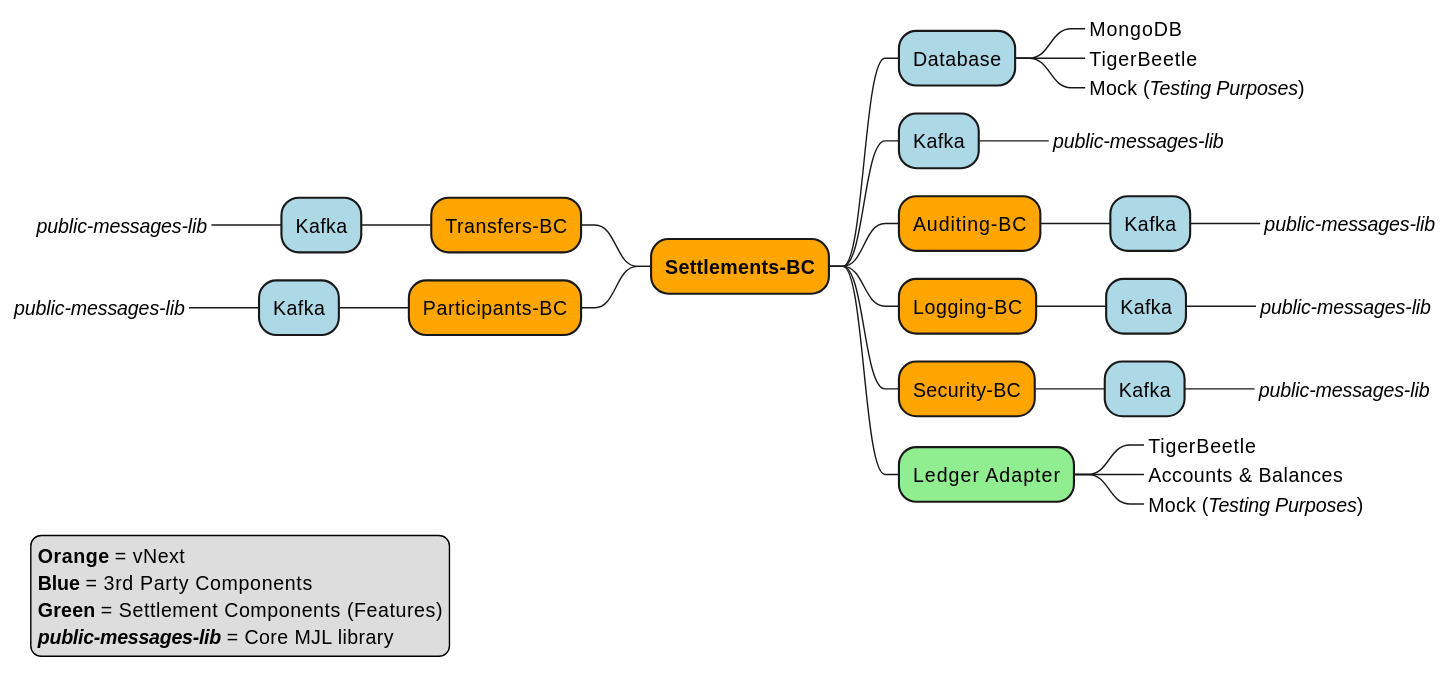
Above: docs/flows/30-settlement-architecture-vnext.svg in mojaloop/settlements-bc (PlantUML), before the change.
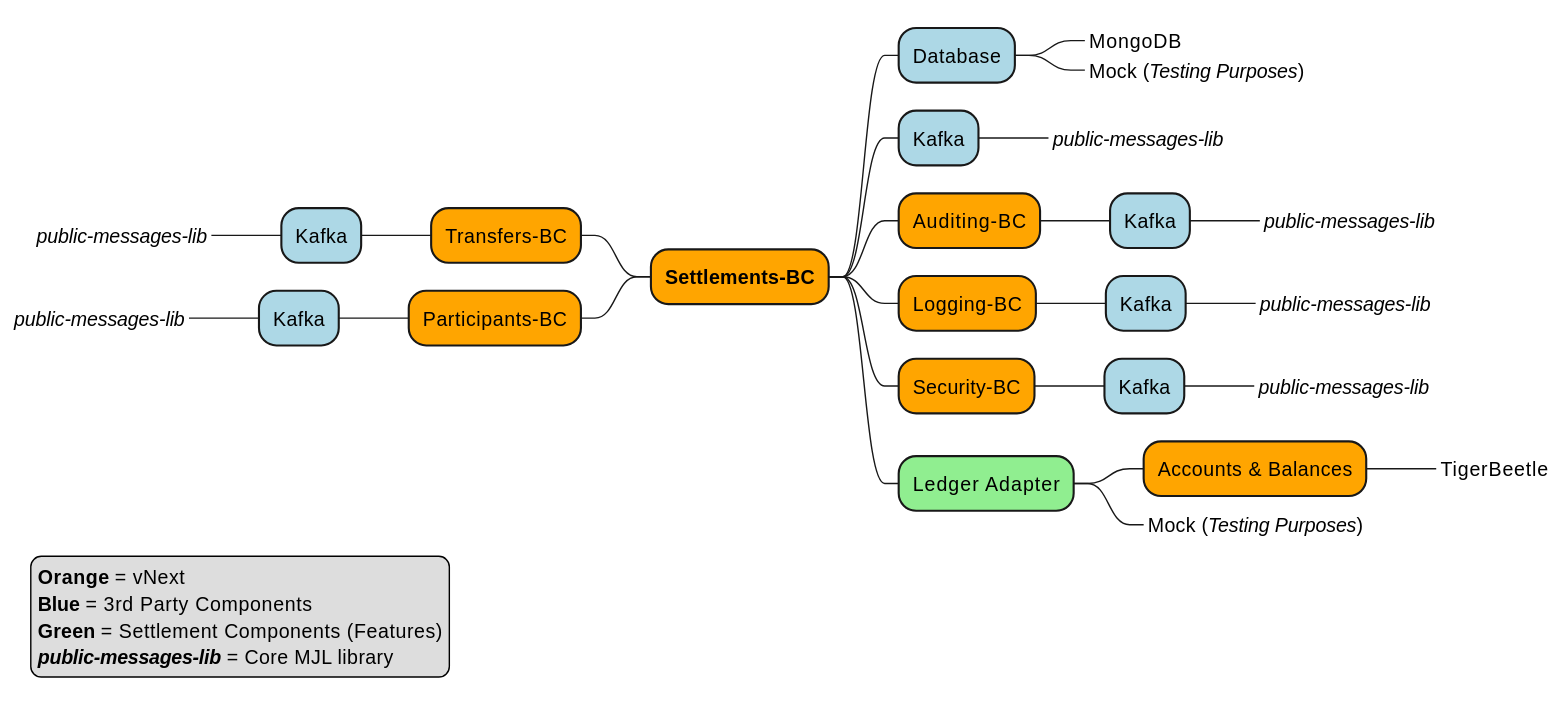
Above is the later version.

Commit message:
[ci skip] Context diagram.

The edit, as a diff of the source:
```diff
@@ -2,7 +2,6 @@
 +[#Orange] **Settlements-BC**
 ++[#Lightblue] Database
 +++_ MongoDB
-+++_ TigerBeetle
 +++_ Mock (//Testing Purposes//)
 ++[#Lightblue] Kafka
 +++_ //public-messages-lib//
@@ -16,8 +15,8 @@
 +++[#Lightblue] Kafka
 ++++_ //public-messages-lib//
 ++[#LightGreen] Ledger Adapter
-***_ TigerBeetle
-***_ Accounts & Balances
++++[#Orange] Accounts & Balances
+****_ TigerBeetle
 ***_ Mock (//Testing Purposes//)
 --[#Orange] Transfers-BC
 ---[#Lightblue] Kafka
```
